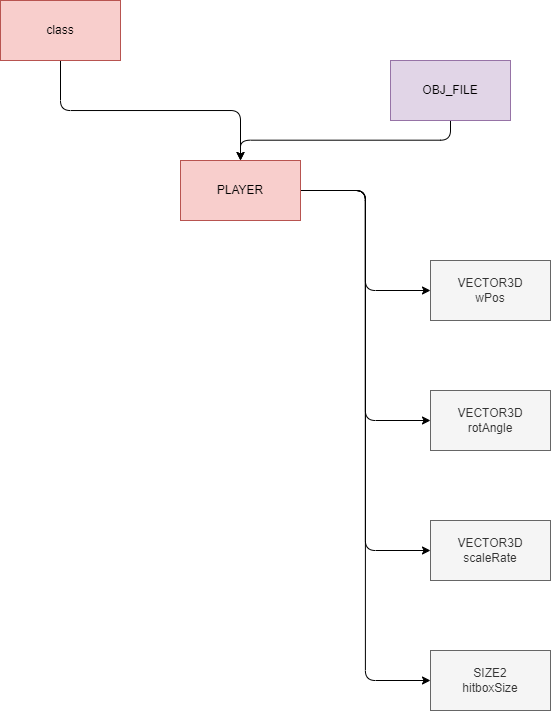
The draw.io diagram drawio/files/player/h.drawio.png in Tanso-mct/GLPA, before a commit. Source tidied: cells renumbered, new cells last; positions are measured from the earlier drawing's top-left corner, leaving out a move shared by most shapes. Its diagram source:
```xml
<mxGraphModel>
  <root>
    <mxCell id="0" />
    <mxCell id="1" parent="0" />
    <mxCell id="2" style="edgeStyle=elbowEdgeStyle;html=1;fontFamily=Helvetica;fontSize=12;fontColor=#333333;elbow=vertical;" parent="1" edge="1" source="3" target="8">
      <mxGeometry relative="1" as="geometry" />
    </mxCell>
    <mxCell id="3" value="class" style="whiteSpace=wrap;html=1;fillColor=#f8cecc;strokeColor=#b85450;" parent="1" vertex="1">
      <mxGeometry width="120" height="60" as="geometry" />
    </mxCell>
    <mxCell id="4" style="edgeStyle=elbowEdgeStyle;html=1;fontFamily=Helvetica;fontSize=12;fontColor=#333333;" parent="1" edge="1" source="8" target="9">
      <mxGeometry relative="1" as="geometry" />
    </mxCell>
    <mxCell id="5" style="edgeStyle=elbowEdgeStyle;html=1;" parent="1" edge="1" source="8" target="12">
      <mxGeometry relative="1" as="geometry" />
    </mxCell>
    <mxCell id="6" style="edgeStyle=elbowEdgeStyle;html=1;" parent="1" edge="1" source="8" target="13">
      <mxGeometry relative="1" as="geometry" />
    </mxCell>
    <mxCell id="7" style="edgeStyle=elbowEdgeStyle;html=1;" parent="1" edge="1" source="8" target="14">
      <mxGeometry relative="1" as="geometry" />
    </mxCell>
    <mxCell id="8" value="PLAYER" style="whiteSpace=wrap;html=1;strokeColor=#b85450;fontFamily=Helvetica;fontSize=12;fillColor=#f8cecc;" parent="1" vertex="1">
      <mxGeometry x="180" y="160" width="120" height="60" as="geometry" />
    </mxCell>
    <mxCell id="9" value="VECTOR3D&lt;br&gt;wPos" style="whiteSpace=wrap;html=1;strokeColor=#666666;fontFamily=Helvetica;fontSize=12;fontColor=#333333;fillColor=#f5f5f5;" parent="1" vertex="1">
      <mxGeometry x="430" y="260" width="120" height="60" as="geometry" />
    </mxCell>
    <mxCell id="10" style="edgeStyle=elbowEdgeStyle;html=1;elbow=vertical;" parent="1" edge="1" source="11" target="8">
      <mxGeometry relative="1" as="geometry" />
    </mxCell>
    <mxCell id="11" value="OBJ_FILE" style="whiteSpace=wrap;html=1;fillColor=#e1d5e7;strokeColor=#9673a6;" parent="1" vertex="1">
      <mxGeometry x="390" y="60" width="120" height="60" as="geometry" />
    </mxCell>
    <mxCell id="12" value="VECTOR3D&lt;br&gt;rotAngle" style="whiteSpace=wrap;html=1;strokeColor=#666666;fontFamily=Helvetica;fontSize=12;fontColor=#333333;fillColor=#f5f5f5;" parent="1" vertex="1">
      <mxGeometry x="430" y="390" width="120" height="60" as="geometry" />
    </mxCell>
    <mxCell id="13" value="VECTOR3D&lt;br&gt;scaleRate" style="whiteSpace=wrap;html=1;strokeColor=#666666;fontFamily=Helvetica;fontSize=12;fontColor=#333333;fillColor=#f5f5f5;" parent="1" vertex="1">
      <mxGeometry x="430" y="520" width="120" height="60" as="geometry" />
    </mxCell>
    <mxCell id="14" value="SIZE2&lt;br&gt;hitboxSize" style="whiteSpace=wrap;html=1;strokeColor=#666666;fontFamily=Helvetica;fontSize=12;fontColor=#333333;fillColor=#f5f5f5;" parent="1" vertex="1">
      <mxGeometry x="430" y="650" width="120" height="60" as="geometry" />
    </mxCell>
  </root>
</mxGraphModel>
```
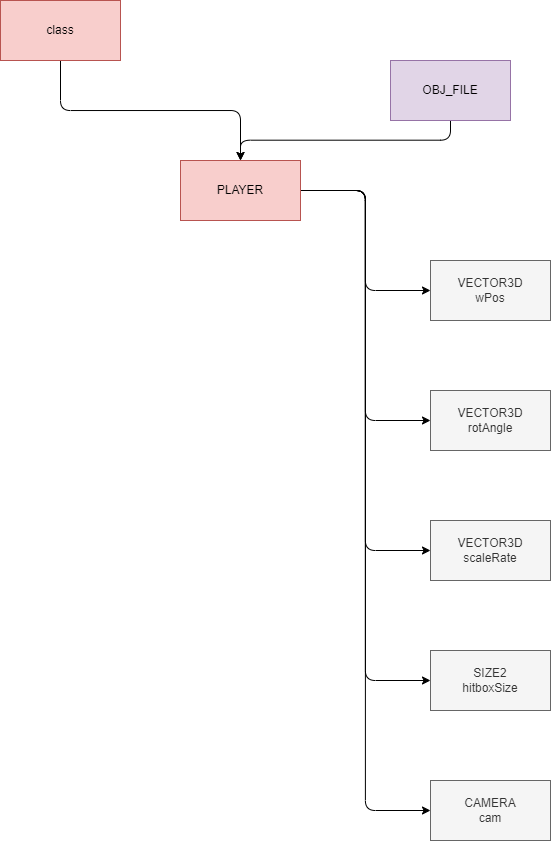
After the commit.

Diff of the diagram source:
```diff
@@ -20,6 +20,9 @@
     <mxCell id="7" style="edgeStyle=elbowEdgeStyle;html=1;" parent="1" edge="1" source="8" target="14">
       <mxGeometry relative="1" as="geometry" />
     </mxCell>
+    <mxCell id="15" style="edgeStyle=elbowEdgeStyle;html=1;" parent="1" edge="1" source="8" target="16">
+      <mxGeometry relative="1" as="geometry" />
+    </mxCell>
     <mxCell id="8" value="PLAYER" style="whiteSpace=wrap;html=1;strokeColor=#b85450;fontFamily=Helvetica;fontSize=12;fillColor=#f8cecc;" parent="1" vertex="1">
       <mxGeometry x="180" y="160" width="120" height="60" as="geometry" />
     </mxCell>
@@ -41,5 +44,8 @@
     <mxCell id="14" value="SIZE2&lt;br&gt;hitboxSize" style="whiteSpace=wrap;html=1;strokeColor=#666666;fontFamily=Helvetica;fontSize=12;fontColor=#333333;fillColor=#f5f5f5;" parent="1" vertex="1">
       <mxGeometry x="430" y="650" width="120" height="60" as="geometry" />
     </mxCell>
+    <mxCell id="16" value="CAMERA&lt;br&gt;cam" style="whiteSpace=wrap;html=1;strokeColor=#666666;fontFamily=Helvetica;fontSize=12;fontColor=#333333;fillColor=#f5f5f5;" parent="1" vertex="1">
+      <mxGeometry x="430" y="780" width="120" height="60" as="geometry" />
+    </mxCell>
   </root>
 </mxGraphModel>
```
